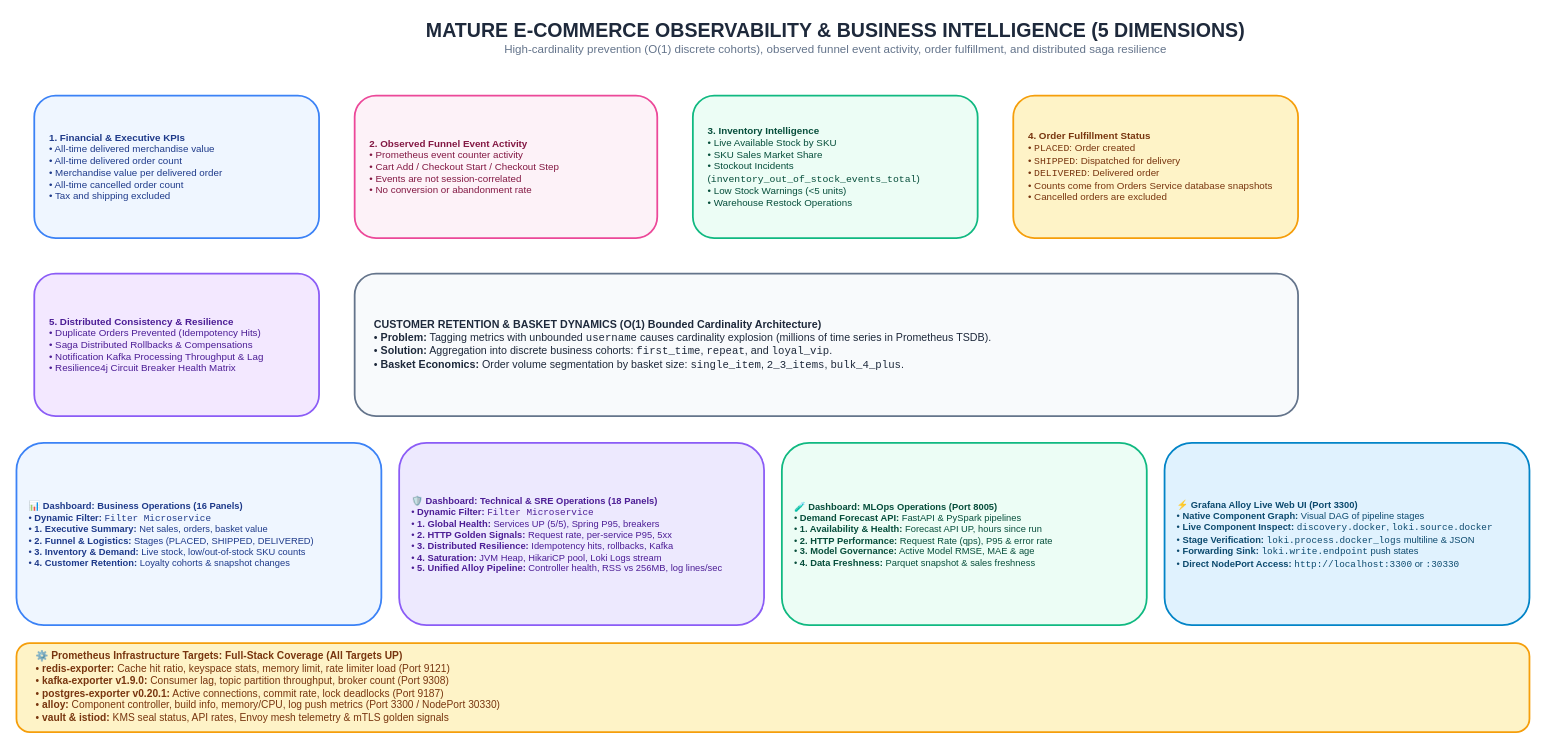
GeorgeGxx/microservices-architecture keeps this draw.io diagram as page "8. Mature E-Commerce Observability Architecture" (8 of 16) of docs/Diagrams.drawio. Above is the earlier version. Source tidied: cells renumbered, new cells numbered last; positions are measured from the earlier drawing's top-left corner, leaving out a move shared by most shapes. Both pictures are drawn from the tidied source at 89%, with x=0, y=0 at pixel (16, 15).
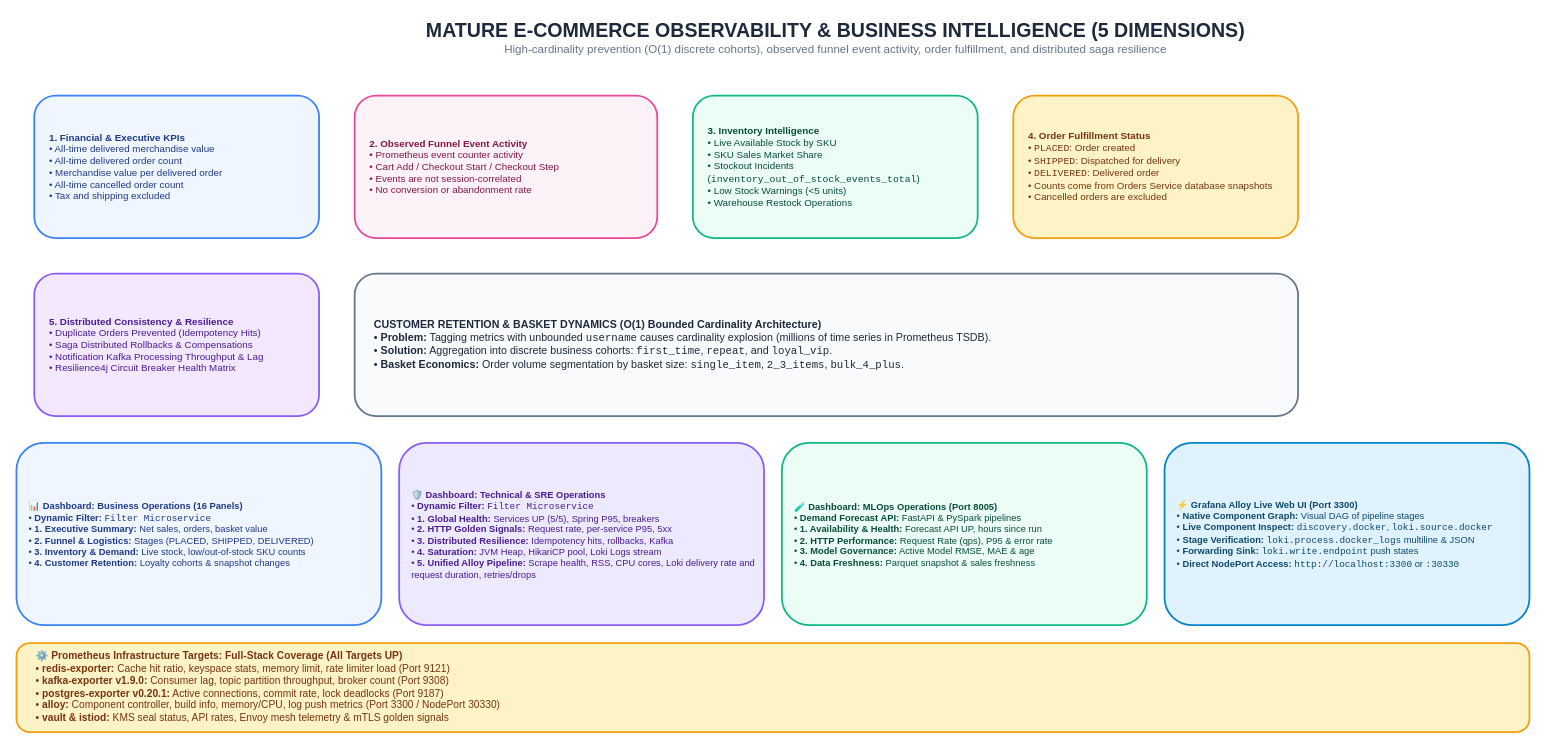
After the change.

Change to the diagram source:
```diff
@@
 <mxGraphModel>
   <root>
     <mxCell id="0" />
     <mxCell id="1" parent="0" />
     <mxCell id="2" value="&lt;b style='font-size:22px;color:#1E293B;'&gt;MATURE E-COMMERCE OBSERVABILITY &amp; BUSINESS INTELLIGENCE (5 DIMENSIONS)&lt;/b&gt;&lt;br&gt;&lt;span style='font-size:13px;color:#64748B;'&gt;High-cardinality prevention (O(1) discrete cohorts), observed funnel event activity, order fulfillment, and distributed saga resilience&lt;/span&gt;" style="text;html=1;align=center;verticalAlign=middle;rounded=0;" parent="1" vertex="1">
       <mxGeometry x="220" width="1400" height="50" as="geometry" />
     </mxCell>
     <mxCell id="3" value="&lt;b&gt;1. Financial &amp; Executive KPIs&lt;/b&gt;&lt;br&gt;• All-time delivered merchandise value&lt;br&gt;• All-time delivered order count&lt;br&gt;• Merchandise value per delivered order&lt;br&gt;• All-time cancelled order count&lt;br&gt;• Tax and shipping excluded" style="rounded=1;whiteSpace=wrap;html=1;fillColor=#EFF6FF;strokeColor=#3B82F6;strokeWidth=2;fontColor=#1E3A8A;fontSize=11;align=left;spacingLeft=15;" parent="1" vertex="1">
       <mxGeometry x="20" y="90" width="320" height="160" as="geometry" />
     </mxCell>
     <mxCell id="4" value="&lt;b&gt;2. Observed Funnel Event Activity&lt;/b&gt;&lt;br&gt;• Prometheus event counter activity&lt;br&gt;• Cart Add / Checkout Start / Checkout Step&lt;br&gt;• Events are not session-correlated&lt;br&gt;• No conversion or abandonment rate" style="rounded=1;whiteSpace=wrap;html=1;fillColor=#FDF2F8;strokeColor=#EC4899;strokeWidth=2;fontColor=#831843;fontSize=11;align=left;spacingLeft=15;" parent="1" vertex="1">
       <mxGeometry x="380" y="90" width="340" height="160" as="geometry" />
     </mxCell>
     <mxCell id="5" value="&lt;b&gt;3. Inventory Intelligence&lt;/b&gt;&lt;br&gt;• Live Available Stock by SKU&lt;br&gt;• SKU Sales Market Share&lt;br&gt;• Stockout Incidents (&lt;code&gt;inventory_out_of_stock_events_total&lt;/code&gt;)&lt;br&gt;• Low Stock Warnings (&amp;lt;5 units)&lt;br&gt;• Warehouse Restock Operations" style="rounded=1;whiteSpace=wrap;html=1;fillColor=#ECFDF5;strokeColor=#10B981;strokeWidth=2;fontColor=#064E3B;fontSize=11;align=left;spacingLeft=15;" parent="1" vertex="1">
       <mxGeometry x="760" y="90" width="320" height="160" as="geometry" />
     </mxCell>
     <mxCell id="6" value="&lt;b&gt;4. Order Fulfillment Status&lt;/b&gt;&lt;br&gt;• &lt;code&gt;PLACED&lt;/code&gt;: Order created&lt;br&gt;• &lt;code&gt;SHIPPED&lt;/code&gt;: Dispatched for delivery&lt;br&gt;• &lt;code&gt;DELIVERED&lt;/code&gt;: Delivered order&lt;br&gt;• Counts come from Orders Service database snapshots&lt;br&gt;• Cancelled orders are excluded" style="rounded=1;whiteSpace=wrap;html=1;fillColor=#FEF3C7;strokeColor=#F59E0B;strokeWidth=2;fontColor=#78350F;fontSize=11;align=left;spacingLeft=15;" parent="1" vertex="1">
       <mxGeometry x="1120" y="90" width="320" height="160" as="geometry" />
     </mxCell>
     <mxCell id="7" value="&lt;b&gt;5. Distributed Consistency &amp; Resilience&lt;/b&gt;&lt;br&gt;• Duplicate Orders Prevented (Idempotency Hits)&lt;br&gt;• Saga Distributed Rollbacks &amp; Compensations&lt;br&gt;• Notification Kafka Processing Throughput &amp; Lag&lt;br&gt;• Resilience4j Circuit Breaker Health Matrix" style="rounded=1;whiteSpace=wrap;html=1;fillColor=#F3E8FF;strokeColor=#8B5CF6;strokeWidth=2;fontColor=#4C1D95;fontSize=11;align=left;spacingLeft=15;" parent="1" vertex="1">
       <mxGeometry x="20" y="290" width="320" height="160" as="geometry" />
     </mxCell>
     <mxCell id="8" value="&lt;b&gt;CUSTOMER RETENTION &amp; BASKET DYNAMICS (O(1) Bounded Cardinality Architecture)&lt;/b&gt;&lt;br&gt;• &lt;b&gt;Problem:&lt;/b&gt; Tagging metrics with unbounded &lt;code&gt;username&lt;/code&gt; causes cardinality explosion (millions of time series in Prometheus TSDB).&lt;br&gt;• &lt;b&gt;Solution:&lt;/b&gt; Aggregation into discrete business cohorts: &lt;code&gt;first_time&lt;/code&gt;, &lt;code&gt;repeat&lt;/code&gt;, and &lt;code&gt;loyal_vip&lt;/code&gt;.&lt;br&gt;• &lt;b&gt;Basket Economics:&lt;/b&gt; Order volume segmentation by basket size: &lt;code&gt;single_item&lt;/code&gt;, &lt;code&gt;2_3_items&lt;/code&gt;, &lt;code&gt;bulk_4_plus&lt;/code&gt;." style="rounded=1;whiteSpace=wrap;html=1;fillColor=#F8FAFC;strokeColor=#64748B;strokeWidth=2;fontColor=#1E293B;fontSize=12;align=left;spacingLeft=20;" parent="1" vertex="1">
       <mxGeometry x="380" y="290" width="1060" height="160" as="geometry" />
     </mxCell>
     <mxCell id="9" value="&lt;b&gt;📊 Dashboard: Business Operations (16 Panels)&lt;/b&gt;&lt;br&gt;• &lt;b&gt;Dynamic Filter:&lt;/b&gt; &lt;code&gt;Filter Microservice&lt;/code&gt;&lt;br&gt;• &lt;b&gt;1. Executive Summary:&lt;/b&gt; Net sales, orders, basket value&lt;br&gt;• &lt;b&gt;2. Funnel &amp; Logistics:&lt;/b&gt; Stages (PLACED, SHIPPED, DELIVERED)&lt;br&gt;• &lt;b&gt;3. Inventory &amp; Demand:&lt;/b&gt; Live stock, low/out-of-stock SKU counts&lt;br&gt;• &lt;b&gt;4. Customer Retention:&lt;/b&gt; Loyalty cohorts &amp; snapshot changes" style="rounded=1;whiteSpace=wrap;html=1;fillColor=#EFF6FF;strokeColor=#3B82F6;strokeWidth=2;fontColor=#1E3A8A;fontSize=10.5;align=left;spacingLeft=12;" parent="1" vertex="1">
       <mxGeometry y="480" width="410" height="205" as="geometry" />
     </mxCell>
-    <mxCell id="10" value="&lt;b&gt;🛡️ Dashboard: Technical &amp; SRE Operations (18 Panels)&lt;/b&gt;&lt;br&gt;• &lt;b&gt;Dynamic Filter:&lt;/b&gt; &lt;code&gt;Filter Microservice&lt;/code&gt;&lt;br&gt;• &lt;b&gt;1. Global Health:&lt;/b&gt; Services UP (5/5), Spring P95, breakers&lt;br&gt;• &lt;b&gt;2. HTTP Golden Signals:&lt;/b&gt; Request rate, per-service P95, 5xx&lt;br&gt;• &lt;b&gt;3. Distributed Resilience:&lt;/b&gt; Idempotency hits, rollbacks, Kafka&lt;br&gt;• &lt;b&gt;4. Saturation:&lt;/b&gt; JVM Heap, HikariCP pool, Loki Logs stream&lt;br&gt;• &lt;b&gt;5. Unified Alloy Pipeline:&lt;/b&gt; Controller health, RSS vs 256MB, log lines/sec" style="rounded=1;whiteSpace=wrap;html=1;fillColor=#EDE9FE;strokeColor=#8B5CF6;strokeWidth=2;fontColor=#4C1D95;fontSize=10.5;align=left;spacingLeft=12;" parent="1" vertex="1">
+    <mxCell id="10" value="&lt;b&gt;🛡️ Dashboard: Technical &amp; SRE Operations&lt;/b&gt;&lt;br&gt;• &lt;b&gt;Dynamic Filter:&lt;/b&gt; &lt;code&gt;Filter Microservice&lt;/code&gt;&lt;br&gt;• &lt;b&gt;1. Global Health:&lt;/b&gt; Services UP (5/5), Spring P95, breakers&lt;br&gt;• &lt;b&gt;2. HTTP Golden Signals:&lt;/b&gt; Request rate, per-service P95, 5xx&lt;br&gt;• &lt;b&gt;3. Distributed Resilience:&lt;/b&gt; Idempotency hits, rollbacks, Kafka&lt;br&gt;• &lt;b&gt;4. Saturation:&lt;/b&gt; JVM Heap, HikariCP pool, Loki Logs stream&lt;br&gt;• &lt;b&gt;5. Unified Alloy Pipeline:&lt;/b&gt; Scrape health, RSS, CPU cores, Loki delivery rate and request duration, retries/drops" style="rounded=1;whiteSpace=wrap;html=1;fillColor=#EDE9FE;strokeColor=#8B5CF6;strokeWidth=2;fontColor=#4C1D95;fontSize=10.5;align=left;spacingLeft=12;" parent="1" vertex="1">
       <mxGeometry x="430" y="480" width="410" height="205" as="geometry" />
     </mxCell>
     <mxCell id="11" value="&lt;b&gt;🧪 Dashboard: MLOps Operations (Port 8005)&lt;/b&gt;&lt;br&gt;• &lt;b&gt;Demand Forecast API:&lt;/b&gt; FastAPI &amp; PySpark pipelines&lt;br&gt;• &lt;b&gt;1. Availability &amp; Health:&lt;/b&gt; Forecast API UP, hours since run&lt;br&gt;• &lt;b&gt;2. HTTP Performance:&lt;/b&gt; Request Rate (qps), P95 &amp; error rate&lt;br&gt;• &lt;b&gt;3. Model Governance:&lt;/b&gt; Active Model RMSE, MAE &amp; age&lt;br&gt;• &lt;b&gt;4. Data Freshness:&lt;/b&gt; Parquet snapshot &amp; sales freshness" style="rounded=1;whiteSpace=wrap;html=1;fillColor=#ECFDF5;strokeColor=#10B981;strokeWidth=2;fontColor=#064E3B;fontSize=10.5;align=left;spacingLeft=12;" parent="1" vertex="1">
       <mxGeometry x="860" y="480" width="410" height="205" as="geometry" />
     </mxCell>
     <mxCell id="12" value="&lt;b&gt;⚡ Grafana Alloy Live Web UI (Port 3300)&lt;/b&gt;&lt;br&gt;• &lt;b&gt;Native Component Graph:&lt;/b&gt; Visual DAG of pipeline stages&lt;br&gt;• &lt;b&gt;Live Component Inspect:&lt;/b&gt; &lt;code&gt;discovery.docker&lt;/code&gt;, &lt;code&gt;loki.source.docker&lt;/code&gt;&lt;br&gt;• &lt;b&gt;Stage Verification:&lt;/b&gt; &lt;code&gt;loki.process.docker_logs&lt;/code&gt; multiline &amp; JSON&lt;br&gt;• &lt;b&gt;Forwarding Sink:&lt;/b&gt; &lt;code&gt;loki.write.endpoint&lt;/code&gt; push states&lt;br&gt;• &lt;b&gt;Direct NodePort Access:&lt;/b&gt; &lt;code&gt;http://localhost:3300&lt;/code&gt; or &lt;code&gt;:30330&lt;/code&gt;" style="rounded=1;whiteSpace=wrap;html=1;fillColor=#E0F2FE;strokeColor=#0284C7;strokeWidth=2;fontColor=#0C4A6E;fontSize=10.5;align=left;spacingLeft=12;" parent="1" vertex="1">
       <mxGeometry x="1290" y="480" width="410" height="205" as="geometry" />
     </mxCell>
     <mxCell id="13" value="&lt;b&gt;⚙️ Prometheus Infrastructure Targets: Full-Stack Coverage (All Targets UP)&lt;/b&gt;&lt;br&gt;• &lt;b&gt;redis-exporter:&lt;/b&gt; Cache hit ratio, keyspace stats, memory limit, rate limiter load (Port 9121)&lt;br&gt;• &lt;b&gt;kafka-exporter v1.9.0:&lt;/b&gt; Consumer lag, topic partition throughput, broker count (Port 9308)&lt;br&gt;• &lt;b&gt;postgres-exporter v0.20.1:&lt;/b&gt; Active connections, commit rate, lock deadlocks (Port 9187)&lt;br&gt;• &lt;b&gt;alloy:&lt;/b&gt; Component controller, build info, memory/CPU, log push metrics (Port 3300 / NodePort 30330)&lt;br&gt;• &lt;b&gt;vault &amp; istiod:&lt;/b&gt; KMS seal status, API rates, Envoy mesh telemetry &amp; mTLS golden signals" style="rounded=1;whiteSpace=wrap;html=1;fillColor=#FEF3C7;strokeColor=#F59E0B;strokeWidth=2;fontColor=#78350F;fontSize=11.5;align=left;spacingLeft=20;" parent="1" vertex="1">
       <mxGeometry y="705" width="1700" height="100" as="geometry" />
     </mxCell>
   </root>
 </mxGraphModel>
```
